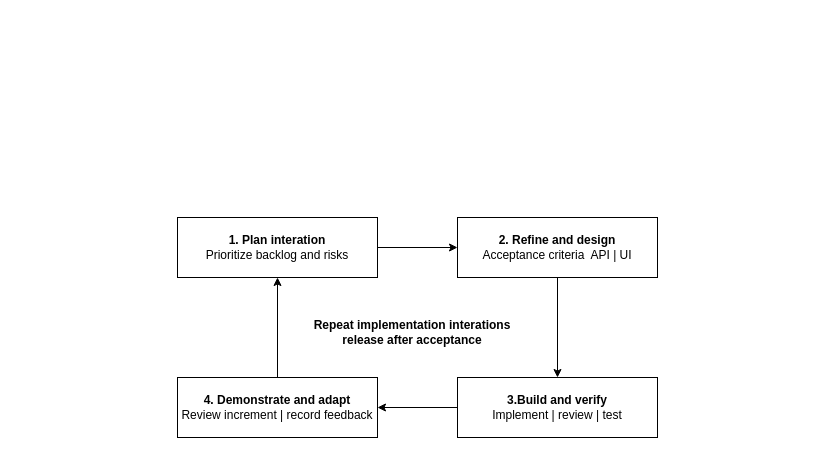
Above: page "Agile Scrum Process" (1 of 2) of diagrams/smartdrone-process-diagrams.drawio in tungbach12/SmartDroneInspection-Docs (draw.io), before the change. Source tidied: cells renumbered, new cells numbered last; positions are measured from the earlier drawing's top-left corner, leaving out a move shared by most shapes. Both pictures are drawn from the tidied source at 100%, with x=0, y=0 at pixel (177, 217).
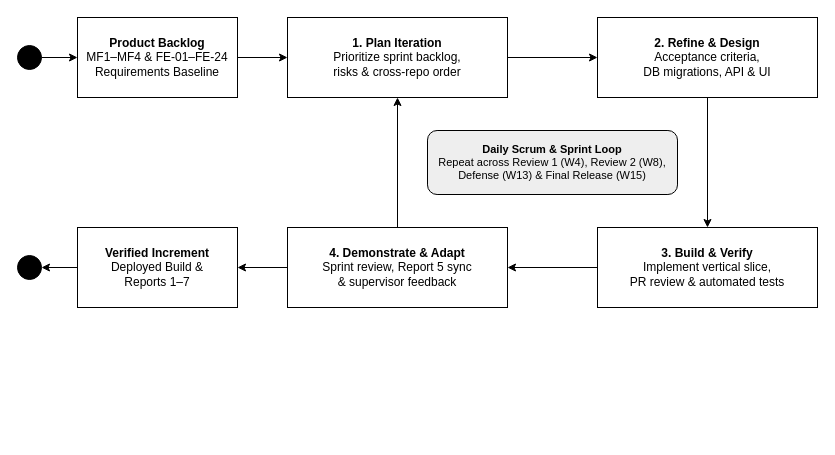
After the change.

The edit, as a diff of the source:
```diff
@@
 <mxGraphModel>
   <root>
     <mxCell id="0" />
     <mxCell id="1" parent="0" />
-    <mxCell id="2" style="edgeStyle=orthogonalEdgeStyle;rounded=0;jettySize=auto;html=1;" parent="1" edge="1" source="3" target="5">
-      <mxGeometry relative="1" as="geometry" />
-    </mxCell>
-    <mxCell id="3" value="&lt;b&gt;1. Plan interation&lt;/b&gt;&lt;br&gt;Prioritize backlog and risks" style="rounded=0;whiteSpace=wrap;html=1;" parent="1" vertex="1">
-      <mxGeometry width="200" height="60" as="geometry" />
-    </mxCell>
-    <mxCell id="4" style="edgeStyle=orthogonalEdgeStyle;rounded=0;jettySize=auto;html=1;" parent="1" edge="1" source="5" target="7">
-      <mxGeometry relative="1" as="geometry" />
-    </mxCell>
-    <mxCell id="5" value="&lt;b&gt;2. Refine and design&lt;/b&gt;&lt;br&gt;Acceptance criteria&amp;nbsp; API | UI" style="rounded=0;whiteSpace=wrap;html=1;" parent="1" vertex="1">
-      <mxGeometry x="280" width="200" height="60" as="geometry" />
-    </mxCell>
-    <mxCell id="6" style="edgeStyle=orthogonalEdgeStyle;rounded=0;jettySize=auto;html=1;" parent="1" edge="1" source="7" target="9">
-      <mxGeometry relative="1" as="geometry" />
-    </mxCell>
-    <mxCell id="7" value="&lt;b&gt;3.Build and verify&lt;/b&gt;&lt;br&gt;Implement | review | test" style="rounded=0;whiteSpace=wrap;html=1;" parent="1" vertex="1">
-      <mxGeometry x="280" y="160" width="200" height="60" as="geometry" />
-    </mxCell>
-    <mxCell id="8" style="edgeStyle=orthogonalEdgeStyle;rounded=0;jettySize=auto;html=1;" parent="1" edge="1" source="9" target="3">
-      <mxGeometry relative="1" as="geometry" />
-    </mxCell>
-    <mxCell id="9" value="&lt;b&gt;4. Demonstrate and adapt&lt;/b&gt;&lt;br&gt;Review increment | record feedback" style="rounded=0;whiteSpace=wrap;html=1;" parent="1" vertex="1">
-      <mxGeometry y="160" width="200" height="60" as="geometry" />
-    </mxCell>
-    <mxCell id="10" value="&lt;b&gt;Repeat implementation interations release after acceptance&lt;/b&gt;" style="text;html=1;whiteSpace=wrap;strokeColor=none;fillColor=none;align=center;verticalAlign=middle;rounded=0;" parent="1" vertex="1">
-      <mxGeometry x="130" y="100" width="210" height="30" as="geometry" />
-    </mxCell>
+    <mxCell id="11" style="ellipse;whiteSpace=wrap;html=1;fillColor=#000000;strokeColor=#000000;" parent="1" vertex="1">
+      <mxGeometry x="-160" y="-172" width="24" height="24" as="geometry" />
+    </mxCell>
+    <mxCell id="12" value="&lt;b&gt;Product Backlog&lt;/b&gt;&lt;br&gt;MF1–MF4 &amp;amp; FE-01–FE-24&lt;br&gt;Requirements Baseline" style="rounded=0;whiteSpace=wrap;html=1;fillColor=#FFFFFF;strokeColor=#000000;strokeWidth=1;fontFamily=Helvetica;fontSize=12;fontColor=#000000;" parent="1" vertex="1">
+      <mxGeometry x="-100" y="-200" width="160" height="80" as="geometry" />
+    </mxCell>
+    <mxCell id="13" value="&lt;b&gt;1. Plan Iteration&lt;/b&gt;&lt;br&gt;Prioritize sprint backlog,&lt;br&gt;risks &amp;amp; cross-repo order" style="rounded=0;whiteSpace=wrap;html=1;fillColor=#FFFFFF;strokeColor=#000000;strokeWidth=1;fontFamily=Helvetica;fontSize=12;fontColor=#000000;" parent="1" vertex="1">
+      <mxGeometry x="110" y="-200" width="220" height="80" as="geometry" />
+    </mxCell>
+    <mxCell id="14" value="&lt;b&gt;2. Refine &amp;amp; Design&lt;/b&gt;&lt;br&gt;Acceptance criteria,&lt;br&gt;DB migrations, API &amp;amp; UI" style="rounded=0;whiteSpace=wrap;html=1;fillColor=#FFFFFF;strokeColor=#000000;strokeWidth=1;fontFamily=Helvetica;fontSize=12;fontColor=#000000;" parent="1" vertex="1">
+      <mxGeometry x="420" y="-200" width="220" height="80" as="geometry" />
+    </mxCell>
+    <mxCell id="15" value="&lt;b&gt;3. Build &amp;amp; Verify&lt;/b&gt;&lt;br&gt;Implement vertical slice,&lt;br&gt;PR review &amp;amp; automated tests" style="rounded=0;whiteSpace=wrap;html=1;fillColor=#FFFFFF;strokeColor=#000000;strokeWidth=1;fontFamily=Helvetica;fontSize=12;fontColor=#000000;" parent="1" vertex="1">
+      <mxGeometry x="420" y="10" width="220" height="80" as="geometry" />
+    </mxCell>
+    <mxCell id="16" value="&lt;b&gt;4. Demonstrate &amp;amp; Adapt&lt;/b&gt;&lt;br&gt;Sprint review, Report 5 sync&lt;br&gt;&amp;amp; supervisor feedback" style="rounded=0;whiteSpace=wrap;html=1;fillColor=#FFFFFF;strokeColor=#000000;strokeWidth=1;fontFamily=Helvetica;fontSize=12;fontColor=#000000;" parent="1" vertex="1">
+      <mxGeometry x="110" y="10" width="220" height="80" as="geometry" />
+    </mxCell>
+    <mxCell id="17" value="&lt;b&gt;Daily Scrum &amp;amp; Sprint Loop&lt;/b&gt;&lt;br&gt;Repeat across Review 1 (W4), Review 2 (W8),&lt;br&gt;Defense (W13) &amp;amp; Final Release (W15)" style="rounded=1;whiteSpace=wrap;html=1;fillColor=#EEEEEE;strokeColor=#000000;strokeWidth=1;fontFamily=Helvetica;fontSize=11;fontColor=#000000;" parent="1" vertex="1">
+      <mxGeometry x="250" y="-87" width="250" height="64" as="geometry" />
+    </mxCell>
+    <mxCell id="18" value="&lt;b&gt;Verified Increment&lt;/b&gt;&lt;br&gt;Deployed Build &amp;amp;&lt;br&gt;Reports 1–7" style="rounded=0;whiteSpace=wrap;html=1;fillColor=#FFFFFF;strokeColor=#000000;strokeWidth=1;fontFamily=Helvetica;fontSize=12;fontColor=#000000;" parent="1" vertex="1">
+      <mxGeometry x="-100" y="10" width="160" height="80" as="geometry" />
+    </mxCell>
+    <mxCell id="19" style="ellipse;shape=doubleEllipse;whiteSpace=wrap;html=1;fillColor=#000000;strokeColor=#000000;" parent="1" vertex="1">
+      <mxGeometry x="-160" y="38" width="24" height="24" as="geometry" />
+    </mxCell>
+    <mxCell id="20" style="edgeStyle=none;html=1;strokeColor=#000000;strokeWidth=1;endArrow=classic;endFill=1;exitX=1;exitY=0.5;exitPerimeter=0;entryX=0;entryY=0.5;entryPerimeter=0;" parent="1" edge="1" source="11" target="12">
+      <mxGeometry relative="1" as="geometry" />
+    </mxCell>
+    <mxCell id="21" style="edgeStyle=none;html=1;strokeColor=#000000;strokeWidth=1;endArrow=classic;endFill=1;exitX=1;exitY=0.5;exitPerimeter=0;entryX=0;entryY=0.5;entryPerimeter=0;" parent="1" edge="1" source="12" target="13">
+      <mxGeometry relative="1" as="geometry" />
+    </mxCell>
+    <mxCell id="22" style="edgeStyle=none;html=1;strokeColor=#000000;strokeWidth=1;endArrow=classic;endFill=1;exitX=1;exitY=0.5;exitPerimeter=0;entryX=0;entryY=0.5;entryPerimeter=0;" parent="1" edge="1" source="13" target="14">
+      <mxGeometry relative="1" as="geometry" />
+    </mxCell>
+    <mxCell id="23" style="edgeStyle=none;html=1;strokeColor=#000000;strokeWidth=1;endArrow=classic;endFill=1;exitX=0.5;exitY=1;exitPerimeter=0;entryX=0.5;entryY=0;entryPerimeter=0;" parent="1" edge="1" source="14" target="15">
+      <mxGeometry relative="1" as="geometry" />
+    </mxCell>
+    <mxCell id="24" style="edgeStyle=none;html=1;strokeColor=#000000;strokeWidth=1;endArrow=classic;endFill=1;exitX=0;exitY=0.5;exitPerimeter=0;entryX=1;entryY=0.5;entryPerimeter=0;" parent="1" edge="1" source="15" target="16">
+      <mxGeometry relative="1" as="geometry" />
+    </mxCell>
+    <mxCell id="25" style="edgeStyle=none;html=1;strokeColor=#000000;strokeWidth=1;endArrow=classic;endFill=1;exitX=0.5;exitY=0;exitPerimeter=0;entryX=0.5;entryY=1;entryPerimeter=0;" parent="1" edge="1" source="16" target="13">
+      <mxGeometry relative="1" as="geometry" />
+    </mxCell>
+    <mxCell id="26" style="edgeStyle=none;html=1;strokeColor=#000000;strokeWidth=1;endArrow=classic;endFill=1;exitX=0;exitY=0.5;exitPerimeter=0;entryX=1;entryY=0.5;entryPerimeter=0;" parent="1" edge="1" source="16" target="18">
+      <mxGeometry relative="1" as="geometry" />
+    </mxCell>
+    <mxCell id="27" style="edgeStyle=none;html=1;strokeColor=#000000;strokeWidth=1;endArrow=classic;endFill=1;exitX=0;exitY=0.5;exitPerimeter=0;entryX=1;entryY=0.5;entryPerimeter=0;" parent="1" edge="1" source="18" target="19">
+      <mxGeometry relative="1" as="geometry" />
+    </mxCell>
   </root>
 </mxGraphModel>
```
